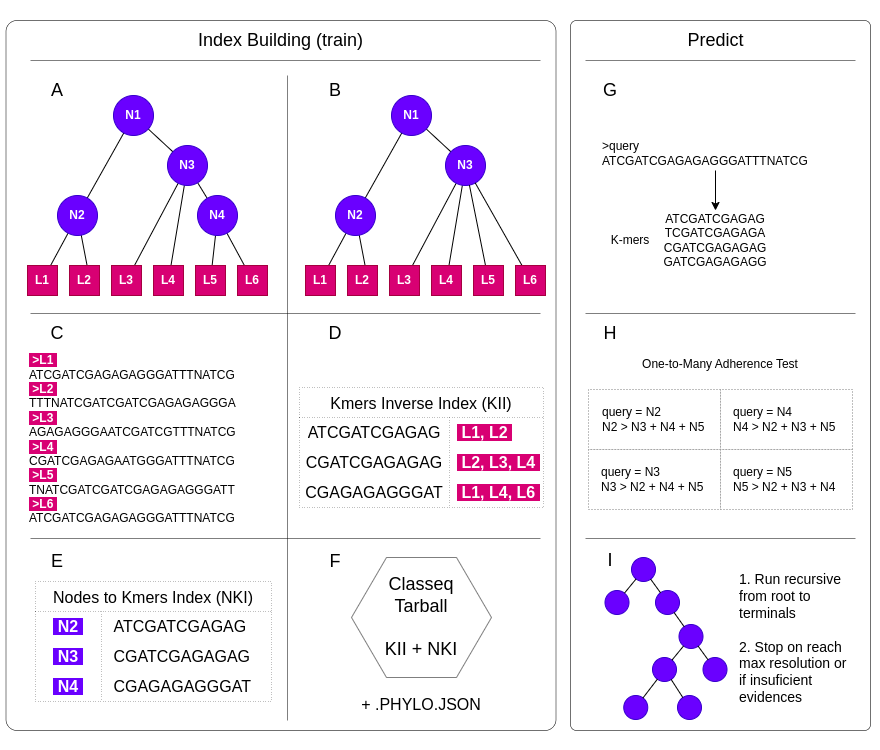
LepistaBioinformatics/classeq keeps this draw.io diagram as docs/drawio/classeq-main-comcepts.png. Above is the earlier version. Source tidied: cells renumbered, new cells last; positions are measured from the earlier drawing's top-left corner, leaving out a move shared by most shapes.
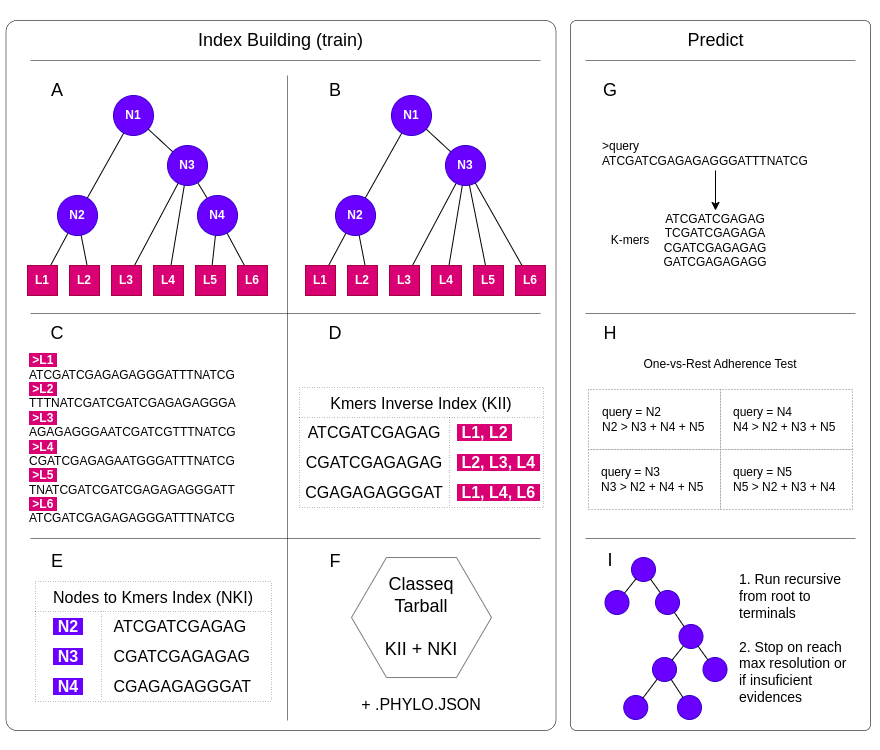
Above is the later version.

Diff of the diagram source:
```diff
@@ -225,7 +225,7 @@
     <mxCell id="72" value="&lt;span style=&quot;font-size: 18px;&quot;&gt;G&lt;/span&gt;" style="text;html=1;strokeColor=none;fillColor=none;align=center;verticalAlign=middle;whiteSpace=wrap;rounded=0;" parent="1" vertex="1">
       <mxGeometry x="574" y="55" width="60" height="30" as="geometry" />
     </mxCell>
-    <mxCell id="73" value="One-to-Many Adherence Test" style="text;html=1;strokeColor=none;fillColor=none;align=center;verticalAlign=middle;whiteSpace=wrap;rounded=0;" parent="1" vertex="1">
+    <mxCell id="73" value="One-vs-Rest Adherence Test" style="text;html=1;strokeColor=none;fillColor=none;align=center;verticalAlign=middle;whiteSpace=wrap;rounded=0;" parent="1" vertex="1">
       <mxGeometry x="624" y="329" width="180" height="30" as="geometry" />
     </mxCell>
     <mxCell id="74" value="&lt;span style=&quot;font-size: 18px;&quot;&gt;H&lt;/span&gt;" style="text;html=1;strokeColor=none;fillColor=none;align=center;verticalAlign=middle;whiteSpace=wrap;rounded=0;" parent="1" vertex="1">
```
